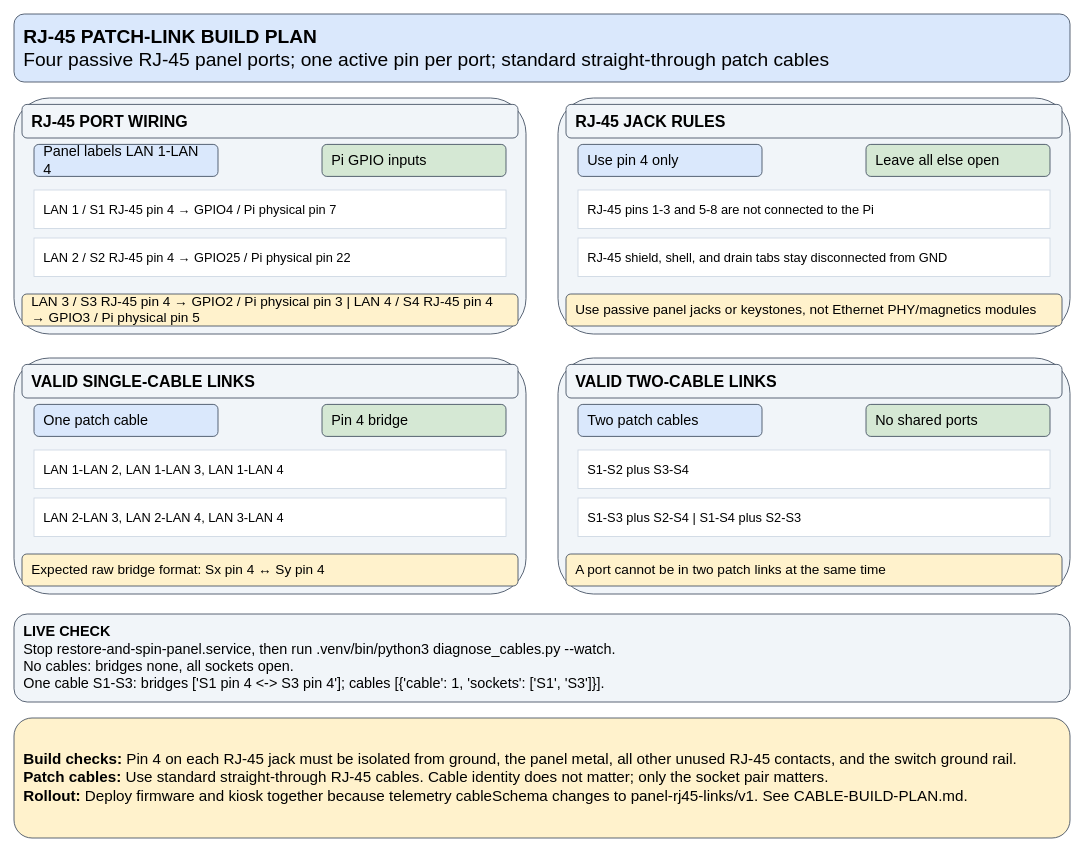
Before: page "Cable Build Plan" (2 of 2) of hardware/raspberry-pi/panel-pi-wiring.drawio in Andworx/Copilot-IoT-Game, a draw.io diagram. Source tidied: cells renumbered, new cells numbered last; positions are measured from the earlier drawing's top-left corner, leaving out a move shared by most shapes. Both pictures are drawn from the tidied source at 80%, with x=0, y=0 at pixel (14, 14).
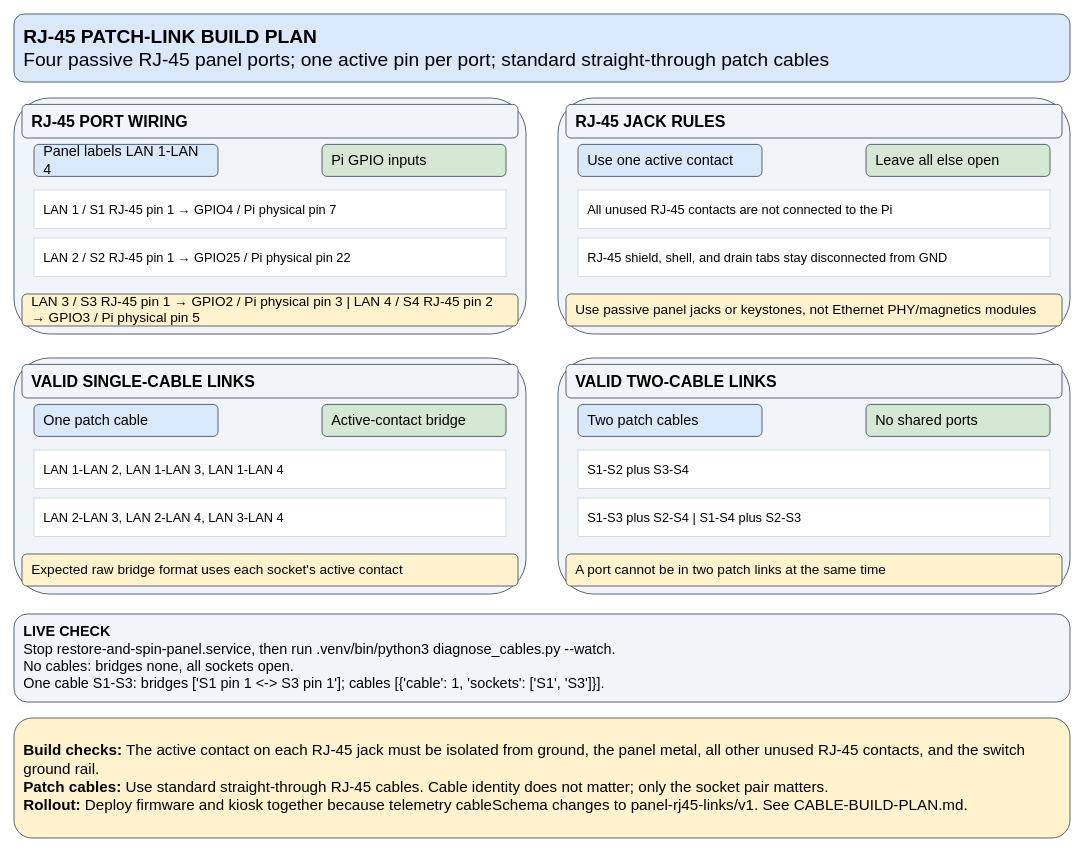
Above is the later version.

Commit message (it also covers changes not shown here):
fix(hardware): update rj45 active contact map

Diff of the diagram source:
```diff
@@
-    <mxCell id="7" value="LAN 1 / S1 RJ-45 pin 4 → GPIO4 / Pi physical pin 7" style="whiteSpace=wrap;html=1;fillColor=#FFFFFF;strokeColor=#CBD5E1;fontSize=16;align=left;spacing=12;" parent="1" vertex="1" edge="0">
+    <mxCell id="7" value="LAN 1 / S1 RJ-45 pin 1 → GPIO4 / Pi physical pin 7" style="whiteSpace=wrap;html=1;fillColor=#FFFFFF;strokeColor=#CBD5E1;fontSize=16;align=left;spacing=12;" parent="1" vertex="1" edge="0">
       <mxGeometry x="25" y="220" width="590" height="48" as="geometry" />
     </mxCell>
-    <mxCell id="8" value="LAN 2 / S2 RJ-45 pin 4 → GPIO25 / Pi physical pin 22" style="whiteSpace=wrap;html=1;fillColor=#FFFFFF;strokeColor=#CBD5E1;fontSize=16;align=left;spacing=12;" parent="1" vertex="1" edge="0">
+    <mxCell id="8" value="LAN 2 / S2 RJ-45 pin 1 → GPIO25 / Pi physical pin 22" style="whiteSpace=wrap;html=1;fillColor=#FFFFFF;strokeColor=#CBD5E1;fontSize=16;align=left;spacing=12;" parent="1" vertex="1" edge="0">
       <mxGeometry x="25" y="280" width="590" height="48" as="geometry" />
     </mxCell>
-    <mxCell id="9" value="LAN 3 / S3 RJ-45 pin 4 → GPIO2 / Pi physical pin 3 | LAN 4 / S4 RJ-45 pin 4 → GPIO3 / Pi physical pin 5" style="rounded=1;whiteSpace=wrap;html=1;fillColor=#FFF2CC;strokeColor=#334155;fontSize=17;fontFamily=Helvetica;align=left;verticalAlign=middle;spacing=12;" parent="1" vertex="1">
+    <mxCell id="9" value="LAN 3 / S3 RJ-45 pin 1 → GPIO2 / Pi physical pin 3 | LAN 4 / S4 RJ-45 pin 2 → GPIO3 / Pi physical pin 5" style="rounded=1;whiteSpace=wrap;html=1;fillColor=#FFF2CC;strokeColor=#334155;fontSize=17;fontFamily=Helvetica;align=left;verticalAlign=middle;spacing=12;" parent="1" vertex="1">
       <mxGeometry x="10" y="350" width="620" height="40" as="geometry" />
     </mxCell>
@@
-    <mxCell id="12" value="Use pin 4 only" style="rounded=1;whiteSpace=wrap;html=1;fillColor=#DAE8FC;strokeColor=#334155;fontSize=18;fontFamily=Helvetica;align=left;verticalAlign=middle;spacing=12;" parent="1" vertex="1">
+    <mxCell id="12" value="Use one active contact" style="rounded=1;whiteSpace=wrap;html=1;fillColor=#DAE8FC;strokeColor=#334155;fontSize=18;fontFamily=Helvetica;align=left;verticalAlign=middle;spacing=12;" parent="1" vertex="1">
       <mxGeometry x="705" y="163" width="230" height="40" as="geometry" />
     </mxCell>
@@
-    <mxCell id="14" value="RJ-45 pins 1-3 and 5-8 are not connected to the Pi" style="whiteSpace=wrap;html=1;fillColor=#FFFFFF;strokeColor=#CBD5E1;fontSize=16;align=left;spacing=12;" parent="1" vertex="1" edge="0">
+    <mxCell id="14" value="All unused RJ-45 contacts are not connected to the Pi" style="whiteSpace=wrap;html=1;fillColor=#FFFFFF;strokeColor=#CBD5E1;fontSize=16;align=left;spacing=12;" parent="1" vertex="1" edge="0">
       <mxGeometry x="705" y="220" width="590" height="48" as="geometry" />
     </mxCell>
@@
-    <mxCell id="20" value="Pin 4 bridge" style="rounded=1;whiteSpace=wrap;html=1;fillColor=#D5E8D4;strokeColor=#334155;fontSize=18;fontFamily=Helvetica;align=left;verticalAlign=middle;spacing=12;" parent="1" vertex="1">
+    <mxCell id="20" value="Active-contact bridge" style="rounded=1;whiteSpace=wrap;html=1;fillColor=#D5E8D4;strokeColor=#334155;fontSize=18;fontFamily=Helvetica;align=left;verticalAlign=middle;spacing=12;" parent="1" vertex="1">
       <mxGeometry x="385" y="488" width="230" height="40" as="geometry" />
     </mxCell>
@@
-    <mxCell id="23" value="Expected raw bridge format: Sx pin 4 ↔ Sy pin 4" style="rounded=1;whiteSpace=wrap;html=1;fillColor=#FFF2CC;strokeColor=#334155;fontSize=17;fontFamily=Helvetica;align=left;verticalAlign=middle;spacing=12;" parent="1" vertex="1">
+    <mxCell id="23" value="Expected raw bridge format uses each socket's active contact" style="rounded=1;whiteSpace=wrap;html=1;fillColor=#FFF2CC;strokeColor=#334155;fontSize=17;fontFamily=Helvetica;align=left;verticalAlign=middle;spacing=12;" parent="1" vertex="1">
       <mxGeometry x="10" y="675" width="620" height="40" as="geometry" />
     </mxCell>
@@
-    <mxCell id="31" value="&lt;b&gt;LIVE CHECK&lt;/b&gt;&lt;br&gt;Stop restore-and-spin-panel.service, then run .venv/bin/python3 diagnose_cables.py --watch.&lt;br&gt;No cables: bridges none, all sockets open.&lt;br&gt;One cable S1-S3: bridges ['S1 pin 4 &amp;lt;-&amp;gt; S3 pin 4']; cables [{'cable': 1, 'sockets': ['S1', 'S3']}]." style="rounded=1;whiteSpace=wrap;html=1;fillColor=#F1F5F9;strokeColor=#334155;fontSize=18;fontFamily=Helvetica;align=left;verticalAlign=middle;spacing=12;" parent="1" vertex="1">
+    <mxCell id="31" value="&lt;b&gt;LIVE CHECK&lt;/b&gt;&lt;br&gt;Stop restore-and-spin-panel.service, then run .venv/bin/python3 diagnose_cables.py --watch.&lt;br&gt;No cables: bridges none, all sockets open.&lt;br&gt;One cable S1-S3: bridges ['S1 pin 1 &amp;lt;-&amp;gt; S3 pin 1']; cables [{'cable': 1, 'sockets': ['S1', 'S3']}]." style="rounded=1;whiteSpace=wrap;html=1;fillColor=#F1F5F9;strokeColor=#334155;fontSize=18;fontFamily=Helvetica;align=left;verticalAlign=middle;spacing=12;" parent="1" vertex="1">
       <mxGeometry y="750" width="1320" height="110" as="geometry" />
     </mxCell>
-    <mxCell id="32" value="&lt;b&gt;Build checks:&lt;/b&gt; Pin 4 on each RJ-45 jack must be isolated from ground, the panel metal, all other unused RJ-45 contacts, and the switch ground rail.&lt;br&gt;&lt;b&gt;Patch cables:&lt;/b&gt; Use standard straight-through RJ-45 cables. Cable identity does not matter; only the socket pair matters.&lt;br&gt;&lt;b&gt;Rollout:&lt;/b&gt; Deploy firmware and kiosk together because telemetry cableSchema changes to panel-rj45-links/v1. See CABLE-BUILD-PLAN.md." style="rounded=1;whiteSpace=wrap;html=1;fillColor=#FFF2CC;strokeColor=#334155;fontSize=19;fontFamily=Helvetica;align=left;verticalAlign=middle;spacing=12;" parent="1" vertex="1">
+    <mxCell id="32" value="&lt;b&gt;Build checks:&lt;/b&gt; The active contact on each RJ-45 jack must be isolated from ground, the panel metal, all other unused RJ-45 contacts, and the switch ground rail.&lt;br&gt;&lt;b&gt;Patch cables:&lt;/b&gt; Use standard straight-through RJ-45 cables. Cable identity does not matter; only the socket pair matters.&lt;br&gt;&lt;b&gt;Rollout:&lt;/b&gt; Deploy firmware and kiosk together because telemetry cableSchema changes to panel-rj45-links/v1. See CABLE-BUILD-PLAN.md." style="rounded=1;whiteSpace=wrap;html=1;fillColor=#FFF2CC;strokeColor=#334155;fontSize=19;fontFamily=Helvetica;align=left;verticalAlign=middle;spacing=12;" parent="1" vertex="1">
       <mxGeometry y="880" width="1320" height="150" as="geometry" />
     </mxCell>
```
